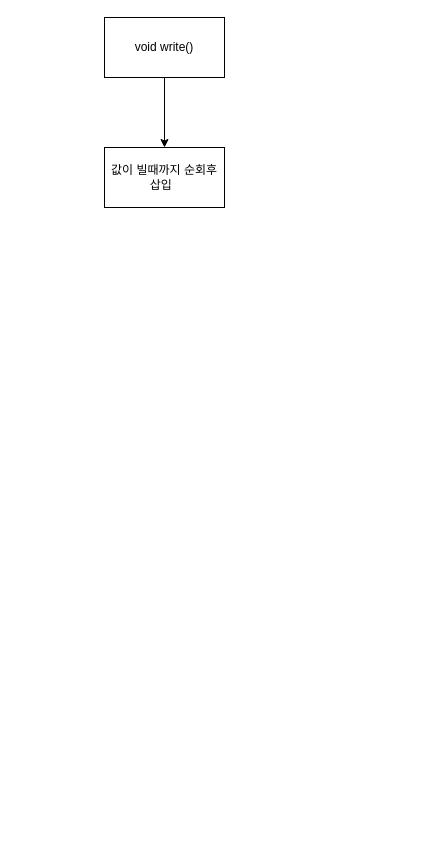
This is page "write" (3 of 4) of 제목 없는 다이어그램.drawio from creepereye/Git-Tutorial, a draw.io file, before an edit. Source tidied: cells renumbered, new cells numbered last; positions are measured from the earlier drawing's top-left corner, leaving out a move shared by most shapes. Both pictures are drawn from the tidied source at 100%, with x=0, y=0 at pixel (104, 17).
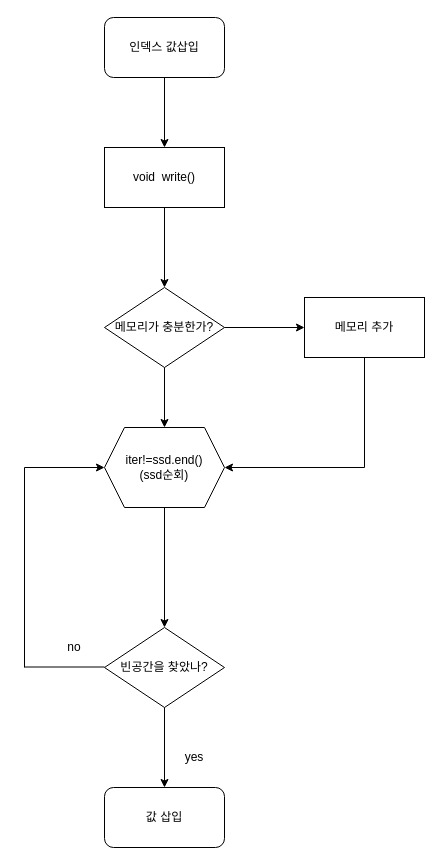
The same page after the edit.

Diff of the diagram source:
```diff
@@
-    <mxCell id="2" value="void write()" style="rounded=0;whiteSpace=wrap;html=1;" parent="1" vertex="1">
-      <mxGeometry width="120" height="60" as="geometry" />
-    </mxCell>
-    <mxCell id="3" style="endArrow=classic;html=1;exitX=0.5;exitY=1;exitDx=0;exitDy=0;" parent="1" edge="1" source="2">
+    <mxCell id="3" style="endArrow=classic;html=1;exitX=0.5;exitY=1;exitDx=0;exitDy=0;" parent="1" edge="1">
       <mxGeometry relative="1" as="geometry">
+        <mxPoint x="60" y="60" as="sourcePoint" />
         <mxPoint x="60" y="130" as="targetPoint" />
       </mxGeometry>
     </mxCell>
-    <mxCell id="4" value="값이 빌때까지 순회후 삽입&amp;nbsp;&amp;nbsp;" style="rounded=0;whiteSpace=wrap;html=1;" parent="1" vertex="1">
+    <mxCell id="4" value="void&amp;nbsp; write()" style="rounded=0;whiteSpace=wrap;html=1;" parent="1" vertex="1">
       <mxGeometry y="130" width="120" height="60" as="geometry" />
     </mxCell>
+    <mxCell id="5" style="endArrow=classic;html=1;exitX=0.5;exitY=1;exitDx=0;exitDy=0;" parent="1" edge="1" source="4">
+      <mxGeometry relative="1" as="geometry">
+        <mxPoint x="60" y="270" as="targetPoint" />
+      </mxGeometry>
+    </mxCell>
+    <mxCell id="6" value="인덱스 값삽입" style="rounded=1;whiteSpace=wrap;html=1;" parent="1" vertex="1">
+      <mxGeometry width="120" height="60" as="geometry" />
+    </mxCell>
+    <mxCell id="7" value="메모리가 충분한가?" style="rhombus;whiteSpace=wrap;html=1;" parent="1" vertex="1">
+      <mxGeometry y="270" width="120" height="80" as="geometry" />
+    </mxCell>
+    <mxCell id="8" style="endArrow=classic;html=1;exitX=1;exitY=0.5;exitDx=0;exitDy=0;" parent="1" edge="1" source="7">
+      <mxGeometry relative="1" as="geometry">
+        <mxPoint x="200" y="310" as="targetPoint" />
+      </mxGeometry>
+    </mxCell>
+    <mxCell id="9" value="메모리 추가" style="rounded=0;whiteSpace=wrap;html=1;" parent="1" vertex="1">
+      <mxGeometry x="200" y="280" width="120" height="60" as="geometry" />
+    </mxCell>
+    <mxCell id="10" style="endArrow=classic;html=1;" parent="1" edge="1">
+      <mxGeometry relative="1" as="geometry">
+        <mxPoint x="60" y="350" as="sourcePoint" />
+        <mxPoint x="60" y="410" as="targetPoint" />
+      </mxGeometry>
+    </mxCell>
+    <mxCell id="11" value="iter!=ssd.end()&lt;br&gt;(ssd순회)" style="shape=hexagon;perimeter=hexagonPerimeter2;whiteSpace=wrap;html=1;fixedSize=1;" parent="1" vertex="1">
+      <mxGeometry y="410" width="120" height="80" as="geometry" />
+    </mxCell>
+    <mxCell id="12" style="endArrow=classic;html=1;entryX=1;entryY=0.5;entryDx=0;entryDy=0;" parent="1" edge="1" target="11">
+      <mxGeometry relative="1" as="geometry">
+        <mxPoint x="260" y="450" as="sourcePoint" />
+      </mxGeometry>
+    </mxCell>
+    <mxCell id="13" style="endArrow=none;html=1;exitX=0.5;exitY=1;exitDx=0;exitDy=0;" parent="1" edge="1" source="9">
+      <mxGeometry relative="1" as="geometry">
+        <mxPoint x="260" y="450" as="targetPoint" />
+      </mxGeometry>
+    </mxCell>
+    <mxCell id="14" style="endArrow=none;html=1;" parent="1" edge="1">
+      <mxGeometry relative="1" as="geometry">
+        <mxPoint y="649.5" as="sourcePoint" />
+        <mxPoint x="-80" y="649.5" as="targetPoint" />
+      </mxGeometry>
+    </mxCell>
+    <mxCell id="15" style="endArrow=none;html=1;" parent="1" edge="1">
+      <mxGeometry relative="1" as="geometry">
+        <mxPoint x="-80" y="650" as="sourcePoint" />
+        <mxPoint x="-80" y="450" as="targetPoint" />
+      </mxGeometry>
+    </mxCell>
+    <mxCell id="16" value="빈공간을 찾았나?" style="rhombus;whiteSpace=wrap;html=1;" parent="1" vertex="1">
+      <mxGeometry y="610" width="120" height="80" as="geometry" />
+    </mxCell>
+    <mxCell id="17" style="endArrow=classic;html=1;exitX=0.5;exitY=1;exitDx=0;exitDy=0;" parent="1" edge="1" source="11" target="16">
+      <mxGeometry relative="1" as="geometry" />
+    </mxCell>
+    <mxCell id="18" style="endArrow=classic;html=1;entryX=0;entryY=0.5;entryDx=0;entryDy=0;" parent="1" edge="1" target="11">
+      <mxGeometry relative="1" as="geometry">
+        <mxPoint x="-80" y="450" as="sourcePoint" />
+      </mxGeometry>
+    </mxCell>
+    <mxCell id="19" style="endArrow=classic;html=1;exitX=0.5;exitY=1;exitDx=0;exitDy=0;" parent="1" edge="1" source="16">
+      <mxGeometry relative="1" as="geometry">
+        <mxPoint x="60" y="770" as="targetPoint" />
+      </mxGeometry>
+    </mxCell>
+    <mxCell id="20" value="no" style="text;html=1;strokeColor=none;fillColor=none;align=center;verticalAlign=middle;whiteSpace=wrap;rounded=0;" parent="1" vertex="1">
+      <mxGeometry x="-50" y="620" width="40" height="20" as="geometry" />
+    </mxCell>
+    <mxCell id="21" value="yes" style="text;html=1;strokeColor=none;fillColor=none;align=center;verticalAlign=middle;whiteSpace=wrap;rounded=0;" parent="1" vertex="1">
+      <mxGeometry x="70" y="730" width="40" height="20" as="geometry" />
+    </mxCell>
+    <mxCell id="22" value="값 삽입" style="rounded=1;whiteSpace=wrap;html=1;" parent="1" vertex="1">
+      <mxGeometry y="770" width="120" height="60" as="geometry" />
+    </mxCell>
```
